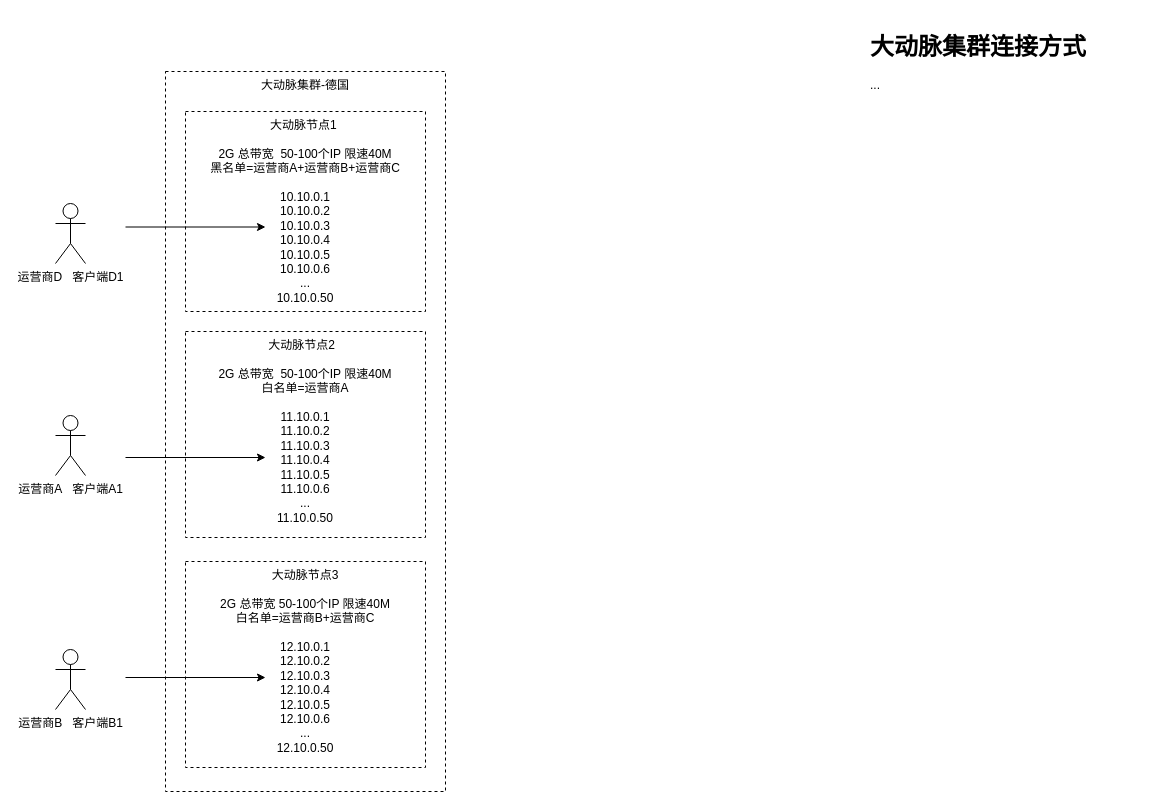
The draw.io diagram JUMPJUMP规划.drawio in stardicky/drawio, before the edit. Source tidied: cells renumbered, new cells numbered last; positions are measured from the earlier drawing's top-left corner, leaving out a move shared by most shapes. Both pictures are drawn from the tidied source at 100%, with x=0, y=0 at pixel (55, 27).
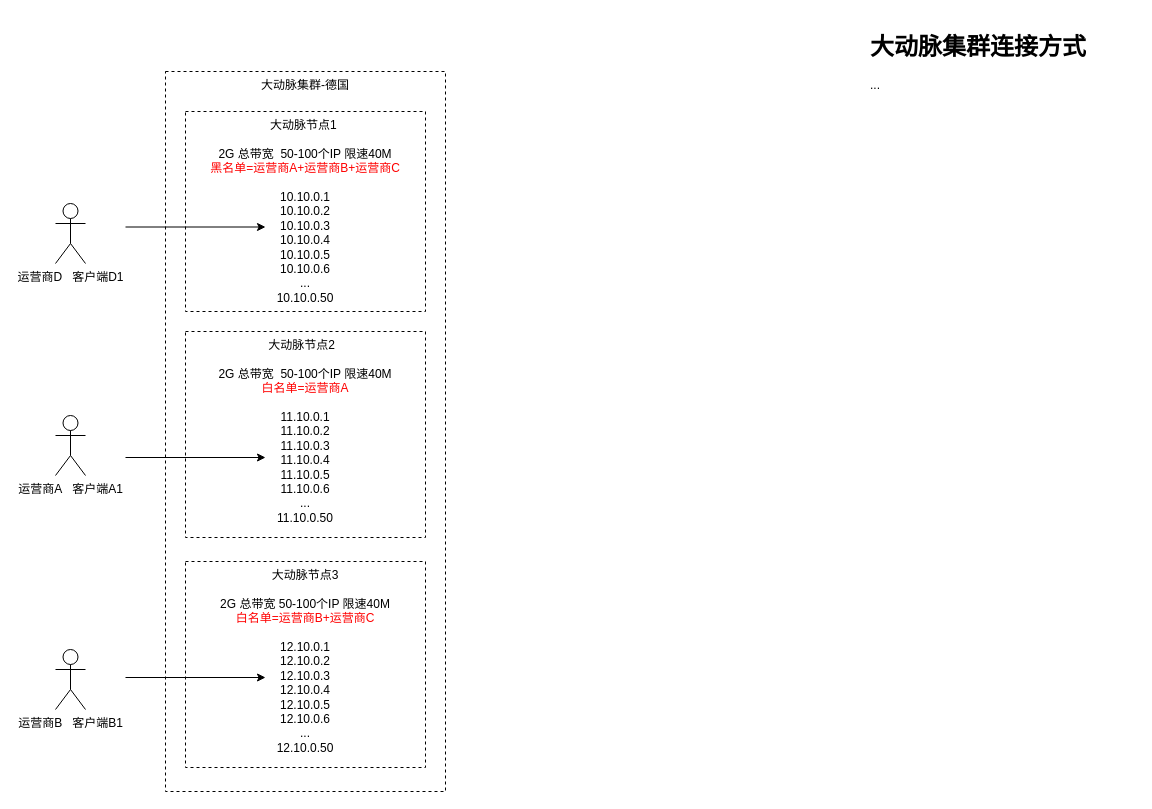
The same page after the edit.

What changed in the source:
```diff
@@
 <mxGraphModel>
   <root>
     <mxCell id="0" />
     <mxCell id="1" parent="0" />
     <mxCell id="2" value="大动脉集群-德国" style="rounded=0;whiteSpace=wrap;html=1;verticalAlign=top;fillColor=none;dashed=1;" parent="1" vertex="1">
       <mxGeometry x="110" y="44" width="280" height="720" as="geometry" />
     </mxCell>
     <mxCell id="3" value="运营商A&amp;nbsp; &amp;nbsp;客户端A1" style="shape=umlActor;verticalLabelPosition=bottom;verticalAlign=top;html=1;" parent="1" vertex="1">
       <mxGeometry y="388" width="30" height="60" as="geometry" />
     </mxCell>
-    <mxCell id="4" value="大动脉节点1&amp;nbsp; &lt;br&gt;&lt;br&gt;2G 总带宽&amp;nbsp; 50-100个IP 限速40M&lt;br&gt;黑名单=运营商A+运营商B+运营商C&lt;br&gt;&lt;br&gt;10.10.0.1&lt;br&gt;10.10.0.2&lt;br&gt;10.10.0.3&lt;br&gt;10.10.0.4&lt;br&gt;10.10.0.5&lt;br style=&quot;border-color: var(--border-color);&quot;&gt;10.10.0.6&lt;br&gt;...&lt;br style=&quot;border-color: var(--border-color);&quot;&gt;10.10.0.50&lt;br&gt;&amp;nbsp;" style="rounded=0;whiteSpace=wrap;html=1;verticalAlign=top;fillColor=none;dashed=1;" parent="1" vertex="1">
+    <mxCell id="4" value="大动脉节点1&amp;nbsp; &lt;br&gt;&lt;br&gt;2G 总带宽&amp;nbsp; 50-100个IP 限速40M&lt;br&gt;&lt;font color=&quot;#ff0000&quot;&gt;黑名单=运营商A+运营商B+运营商C&lt;/font&gt;&lt;br&gt;&lt;br&gt;10.10.0.1&lt;br&gt;10.10.0.2&lt;br&gt;10.10.0.3&lt;br&gt;10.10.0.4&lt;br&gt;10.10.0.5&lt;br style=&quot;border-color: var(--border-color);&quot;&gt;10.10.0.6&lt;br&gt;...&lt;br style=&quot;border-color: var(--border-color);&quot;&gt;10.10.0.50&lt;br&gt;&amp;nbsp;" style="rounded=0;whiteSpace=wrap;html=1;verticalAlign=top;fillColor=none;dashed=1;" parent="1" vertex="1">
       <mxGeometry x="130" y="84" width="240" height="200" as="geometry" />
     </mxCell>
-    <mxCell id="5" value="大动脉节点2&amp;nbsp;&amp;nbsp;&lt;br&gt;&lt;br&gt;2G 总带宽&amp;nbsp; 50-100个IP 限速40M&lt;br&gt;白名单=运营商A&lt;br&gt;&lt;br&gt;11.10.0.1&lt;br&gt;11.10.0.2&lt;br&gt;11.10.0.3&lt;br&gt;11.10.0.4&lt;br&gt;11.10.0.5&lt;br style=&quot;border-color: var(--border-color);&quot;&gt;11.10.0.6&lt;br&gt;...&lt;br style=&quot;border-color: var(--border-color);&quot;&gt;11.10.0.50&lt;br&gt;&amp;nbsp;" style="rounded=0;whiteSpace=wrap;html=1;verticalAlign=top;fillColor=none;dashed=1;" parent="1" vertex="1">
+    <mxCell id="5" value="大动脉节点2&amp;nbsp;&amp;nbsp;&lt;br&gt;&lt;br&gt;2G 总带宽&amp;nbsp; 50-100个IP 限速40M&lt;br&gt;&lt;font color=&quot;#ff0000&quot;&gt;白名单=运营商A&lt;/font&gt;&lt;br&gt;&lt;br&gt;11.10.0.1&lt;br&gt;11.10.0.2&lt;br&gt;11.10.0.3&lt;br&gt;11.10.0.4&lt;br&gt;11.10.0.5&lt;br style=&quot;border-color: var(--border-color);&quot;&gt;11.10.0.6&lt;br&gt;...&lt;br style=&quot;border-color: var(--border-color);&quot;&gt;11.10.0.50&lt;br&gt;&amp;nbsp;" style="rounded=0;whiteSpace=wrap;html=1;verticalAlign=top;fillColor=none;dashed=1;" parent="1" vertex="1">
       <mxGeometry x="130" y="304" width="240" height="206" as="geometry" />
     </mxCell>
-    <mxCell id="6" value="大动脉节点3&lt;br&gt;&lt;br&gt;2G 总带宽 50-100个IP 限速40M&lt;br&gt;白名单=运营商B+运营商C&lt;br&gt;&lt;br&gt;12.10.0.1&lt;br&gt;12.10.0.2&lt;br&gt;12.10.0.3&lt;br&gt;12.10.0.4&lt;br&gt;12.10.0.5&lt;br style=&quot;border-color: var(--border-color);&quot;&gt;12.10.0.6&lt;br&gt;...&lt;br style=&quot;border-color: var(--border-color);&quot;&gt;12.10.0.50&lt;br&gt;&amp;nbsp;" style="rounded=0;whiteSpace=wrap;html=1;verticalAlign=top;fillColor=none;dashed=1;" parent="1" vertex="1">
+    <mxCell id="6" value="大动脉节点3&lt;br&gt;&lt;br&gt;2G 总带宽 50-100个IP 限速40M&lt;br&gt;&lt;font color=&quot;#ff0000&quot;&gt;白名单=运营商B+运营商C&lt;/font&gt;&lt;br&gt;&lt;br&gt;12.10.0.1&lt;br&gt;12.10.0.2&lt;br&gt;12.10.0.3&lt;br&gt;12.10.0.4&lt;br&gt;12.10.0.5&lt;br style=&quot;border-color: var(--border-color);&quot;&gt;12.10.0.6&lt;br&gt;...&lt;br style=&quot;border-color: var(--border-color);&quot;&gt;12.10.0.50&lt;br&gt;&amp;nbsp;" style="rounded=0;whiteSpace=wrap;html=1;verticalAlign=top;fillColor=none;dashed=1;" parent="1" vertex="1">
       <mxGeometry x="130" y="534" width="240" height="206" as="geometry" />
     </mxCell>
     <mxCell id="7" value="运营商B&amp;nbsp; &amp;nbsp;客户端B1" style="shape=umlActor;verticalLabelPosition=bottom;verticalAlign=top;html=1;" parent="1" vertex="1">
       <mxGeometry y="622" width="30" height="60" as="geometry" />
     </mxCell>
     <mxCell id="8" value="运营商D&amp;nbsp; &amp;nbsp;客户端D1" style="shape=umlActor;verticalLabelPosition=bottom;verticalAlign=top;html=1;" parent="1" vertex="1">
       <mxGeometry y="176" width="30" height="60" as="geometry" />
     </mxCell>
     <mxCell id="9" style="endArrow=classic;html=1;rounded=0;" parent="1" edge="1">
       <mxGeometry relative="1" as="geometry">
         <mxPoint x="70" y="199.5" as="sourcePoint" />
         <mxPoint x="210" y="199.5" as="targetPoint" />
       </mxGeometry>
     </mxCell>
     <mxCell id="10" style="endArrow=classic;html=1;rounded=0;" parent="1" edge="1">
       <mxGeometry relative="1" as="geometry">
         <mxPoint x="70" y="430" as="sourcePoint" />
         <mxPoint x="210" y="430" as="targetPoint" />
       </mxGeometry>
     </mxCell>
     <mxCell id="11" style="endArrow=classic;html=1;rounded=0;" parent="1" edge="1">
       <mxGeometry relative="1" as="geometry">
         <mxPoint x="70" y="650" as="sourcePoint" />
         <mxPoint x="210" y="650" as="targetPoint" />
       </mxGeometry>
     </mxCell>
     <mxCell id="12" value="&lt;h1&gt;大动脉集群连接方式&lt;/h1&gt;&lt;div&gt;...&lt;/div&gt;&lt;p&gt;&lt;/p&gt;" style="text;html=1;strokeColor=none;fillColor=none;spacing=5;spacingTop=-20;whiteSpace=wrap;overflow=hidden;rounded=0;" parent="1" vertex="1">
       <mxGeometry x="810" width="270" height="80" as="geometry" />
     </mxCell>
   </root>
 </mxGraphModel>
```
